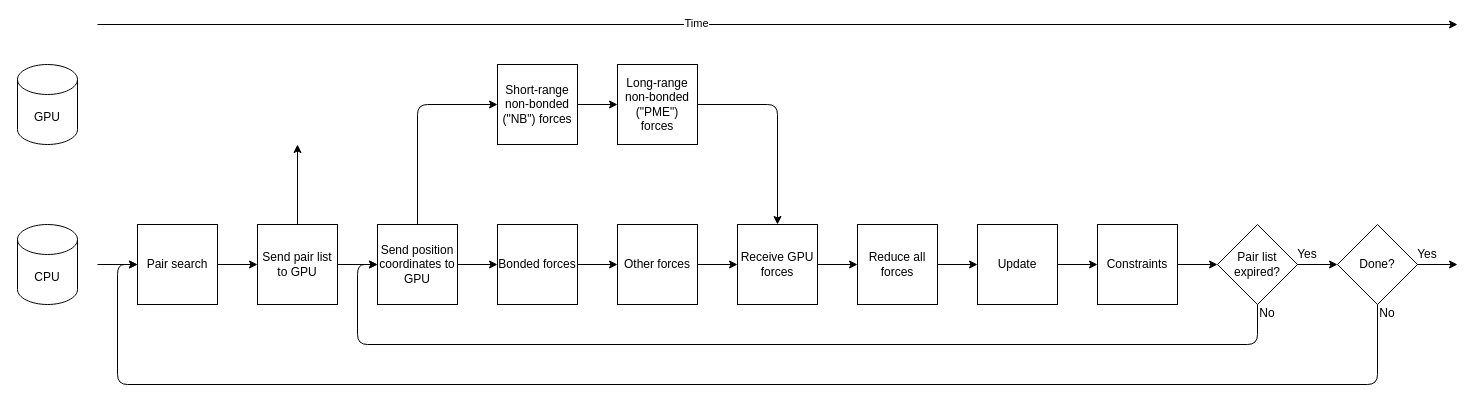
This is content/diagrams/molecular-dynamics-workflow-short-range-gpu-pme-gpu-bonded-cpu.drawio from ENCCS/gromacs-gpu-performance, a draw.io file, before an edit. Source tidied: cells renumbered, new cells numbered last; positions are measured from the earlier drawing's top-left corner, leaving out a move shared by most shapes. Both pictures are drawn from the tidied source at 100%, with x=0, y=0 at pixel (17, 24).
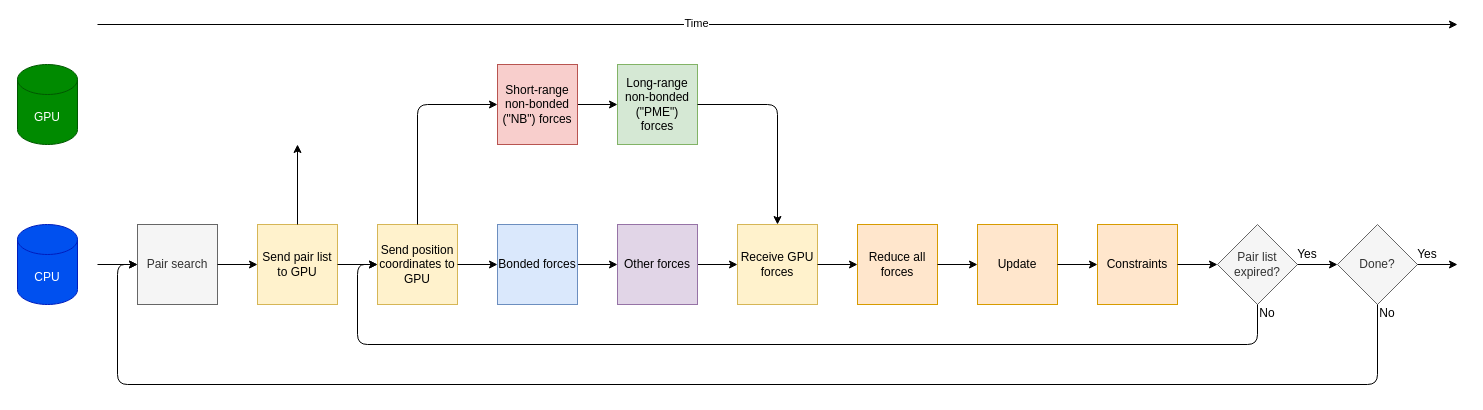
The same page after the edit.

Change to the diagram source:
```diff
@@
-    <mxCell id="4" value="Update" style="whiteSpace=wrap;html=1;" parent="1" vertex="1">
+    <mxCell id="4" value="Update" style="whiteSpace=wrap;html=1;fillColor=#ffe6cc;strokeColor=#d79b00;" parent="1" vertex="1">
       <mxGeometry x="960" y="200" width="80" height="80" as="geometry" />
     </mxCell>
-    <mxCell id="5" value="Constraints" style="whiteSpace=wrap;html=1;" parent="1" vertex="1">
+    <mxCell id="5" value="Constraints" style="whiteSpace=wrap;html=1;fillColor=#ffe6cc;strokeColor=#d79b00;" parent="1" vertex="1">
       <mxGeometry x="1080" y="200" width="80" height="80" as="geometry" />
     </mxCell>
@@
-    <mxCell id="9" value="Pair list expired?" style="rhombus;whiteSpace=wrap;html=1;" parent="1" vertex="1">
+    <mxCell id="9" value="Pair list expired?" style="rhombus;whiteSpace=wrap;html=1;fillColor=#f5f5f5;strokeColor=#666666;fontColor=#333333;" parent="1" vertex="1">
       <mxGeometry x="1200" y="200" width="80" height="80" as="geometry" />
     </mxCell>
@@
-    <mxCell id="14" value="Pair search" style="whiteSpace=wrap;html=1;" parent="1" vertex="1">
+    <mxCell id="14" value="Pair search" style="whiteSpace=wrap;html=1;fillColor=#f5f5f5;strokeColor=#666666;fontColor=#333333;" parent="1" vertex="1">
       <mxGeometry x="120" y="200" width="80" height="80" as="geometry" />
     </mxCell>
-    <mxCell id="15" value="Send pair list to GPU" style="whiteSpace=wrap;html=1;" parent="1" vertex="1">
+    <mxCell id="15" value="Send pair list to GPU" style="whiteSpace=wrap;html=1;fillColor=#fff2cc;strokeColor=#d6b656;" parent="1" vertex="1">
       <mxGeometry x="240" y="200" width="80" height="80" as="geometry" />
     </mxCell>
-    <mxCell id="16" value="Long-range non-bonded (&quot;PME&quot;) forces" style="whiteSpace=wrap;html=1;" parent="1" vertex="1">
+    <mxCell id="16" value="Long-range non-bonded (&quot;PME&quot;) forces" style="whiteSpace=wrap;html=1;fillColor=#d5e8d4;strokeColor=#82b366;" parent="1" vertex="1">
       <mxGeometry x="600" y="40" width="80" height="80" as="geometry" />
     </mxCell>
-    <mxCell id="17" value="Other forces" style="whiteSpace=wrap;html=1;" parent="1" vertex="1">
+    <mxCell id="17" value="Other forces" style="whiteSpace=wrap;html=1;fillColor=#e1d5e7;strokeColor=#9673a6;" parent="1" vertex="1">
       <mxGeometry x="600" y="200" width="80" height="80" as="geometry" />
     </mxCell>
@@
-    <mxCell id="19" value="Done?" style="rhombus;whiteSpace=wrap;html=1;" parent="1" vertex="1">
+    <mxCell id="19" value="Done?" style="rhombus;whiteSpace=wrap;html=1;fillColor=#f5f5f5;strokeColor=#666666;fontColor=#333333;" parent="1" vertex="1">
       <mxGeometry x="1320" y="200" width="80" height="80" as="geometry" />
     </mxCell>
@@
-    <mxCell id="25" value="CPU" style="shape=cylinder3;whiteSpace=wrap;html=1;boundedLbl=1;backgroundOutline=1;size=15;" parent="1" vertex="1">
+    <mxCell id="25" value="CPU" style="shape=cylinder3;whiteSpace=wrap;html=1;boundedLbl=1;backgroundOutline=1;size=15;fillColor=#0050ef;strokeColor=#001DBC;fontColor=#ffffff;" parent="1" vertex="1">
       <mxGeometry y="200" width="60" height="80" as="geometry" />
     </mxCell>
-    <mxCell id="26" value="GPU" style="shape=cylinder3;whiteSpace=wrap;html=1;boundedLbl=1;backgroundOutline=1;size=15;" parent="1" vertex="1">
+    <mxCell id="26" value="GPU" style="shape=cylinder3;whiteSpace=wrap;html=1;boundedLbl=1;backgroundOutline=1;size=15;fillColor=#008a00;strokeColor=#005700;fontColor=#ffffff;" parent="1" vertex="1">
       <mxGeometry y="40" width="60" height="80" as="geometry" />
     </mxCell>
@@
-    <mxCell id="29" value="Bonded forces" style="whiteSpace=wrap;html=1;" parent="1" vertex="1">
+    <mxCell id="29" value="Bonded forces" style="whiteSpace=wrap;html=1;fillColor=#dae8fc;strokeColor=#6c8ebf;" parent="1" vertex="1">
       <mxGeometry x="480" y="200" width="80" height="80" as="geometry" />
     </mxCell>
-    <mxCell id="30" value="Send position coordinates to GPU" style="whiteSpace=wrap;html=1;" parent="1" vertex="1">
+    <mxCell id="30" value="Send position coordinates to GPU" style="whiteSpace=wrap;html=1;fillColor=#fff2cc;strokeColor=#d6b656;" parent="1" vertex="1">
       <mxGeometry x="360" y="200" width="80" height="80" as="geometry" />
     </mxCell>
@@
-    <mxCell id="34" value="Receive GPU forces" style="whiteSpace=wrap;html=1;" parent="1" vertex="1">
+    <mxCell id="34" value="Receive GPU forces" style="whiteSpace=wrap;html=1;fillColor=#fff2cc;strokeColor=#d6b656;" parent="1" vertex="1">
       <mxGeometry x="720" y="200" width="80" height="80" as="geometry" />
     </mxCell>
-    <mxCell id="35" value="Reduce all forces" style="whiteSpace=wrap;html=1;" parent="1" vertex="1">
+    <mxCell id="35" value="Reduce all forces" style="whiteSpace=wrap;html=1;fillColor=#ffe6cc;strokeColor=#d79b00;" parent="1" vertex="1">
       <mxGeometry x="840" y="200" width="80" height="80" as="geometry" />
     </mxCell>
@@
-    <mxCell id="39" value="&lt;span&gt;Short-range&lt;/span&gt;&lt;br&gt;&lt;span&gt;non-bonded (&quot;NB&quot;) forces&lt;/span&gt;" style="rounded=0;whiteSpace=wrap;html=1;" parent="1" vertex="1">
+    <mxCell id="39" value="&lt;span&gt;Short-range&lt;/span&gt;&lt;br&gt;&lt;span&gt;non-bonded (&quot;NB&quot;) forces&lt;/span&gt;" style="rounded=0;whiteSpace=wrap;html=1;fillColor=#f8cecc;strokeColor=#b85450;" parent="1" vertex="1">
       <mxGeometry x="480" y="40" width="80" height="80" as="geometry" />
     </mxCell>
```
